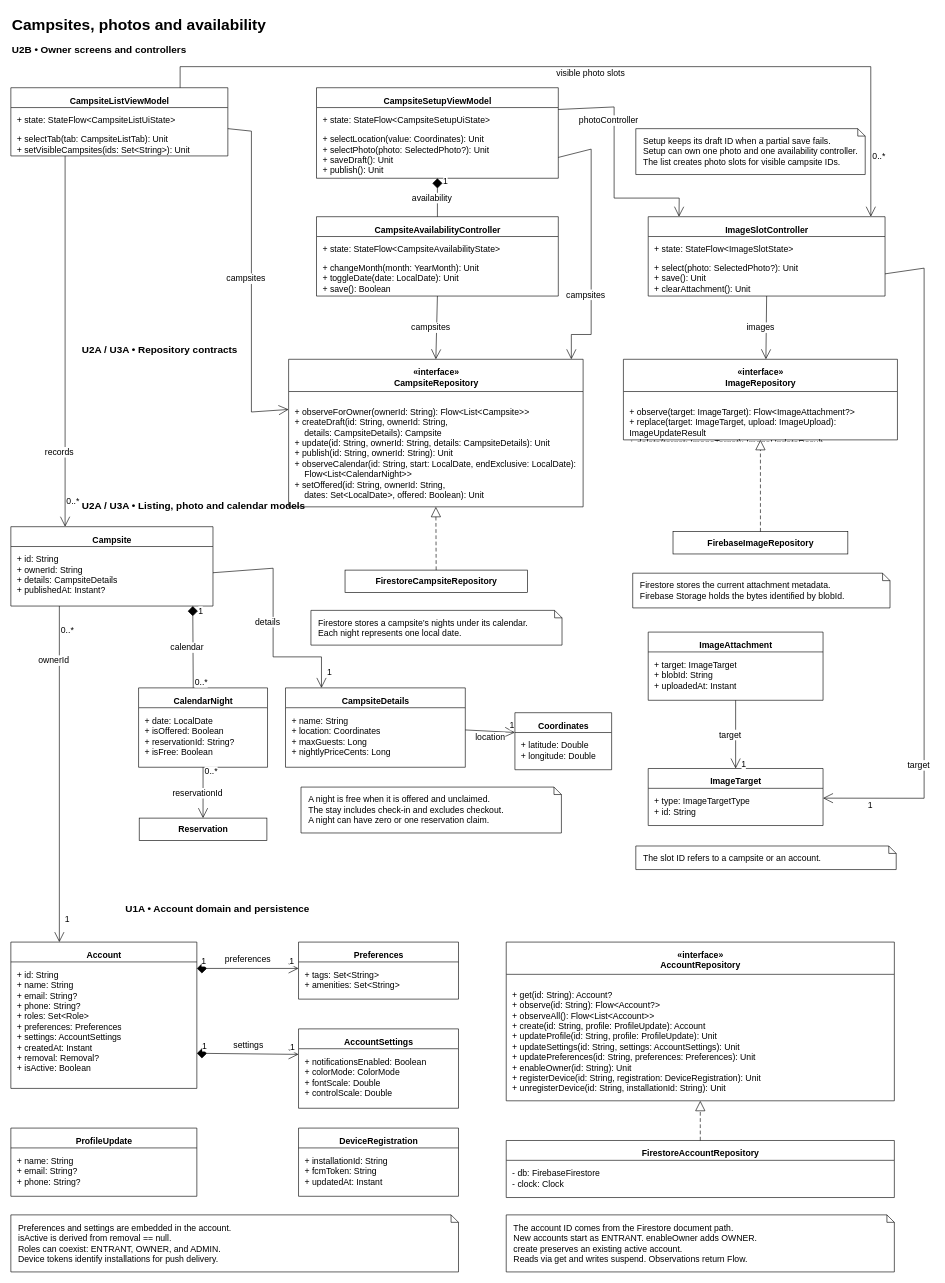
CMPUT301F26stderr/stderr-campsbridge keeps this draw.io diagram as page "Page-5" (5 of 5) of doc/UML.drawio. Above is the earlier version. Source tidied: cells renumbered, new cells numbered last; positions are measured from the earlier drawing's top-left corner, leaving out a move shared by most shapes. Both pictures are drawn from the tidied source at 62%, with x=0, y=0 at pixel (11, 11).
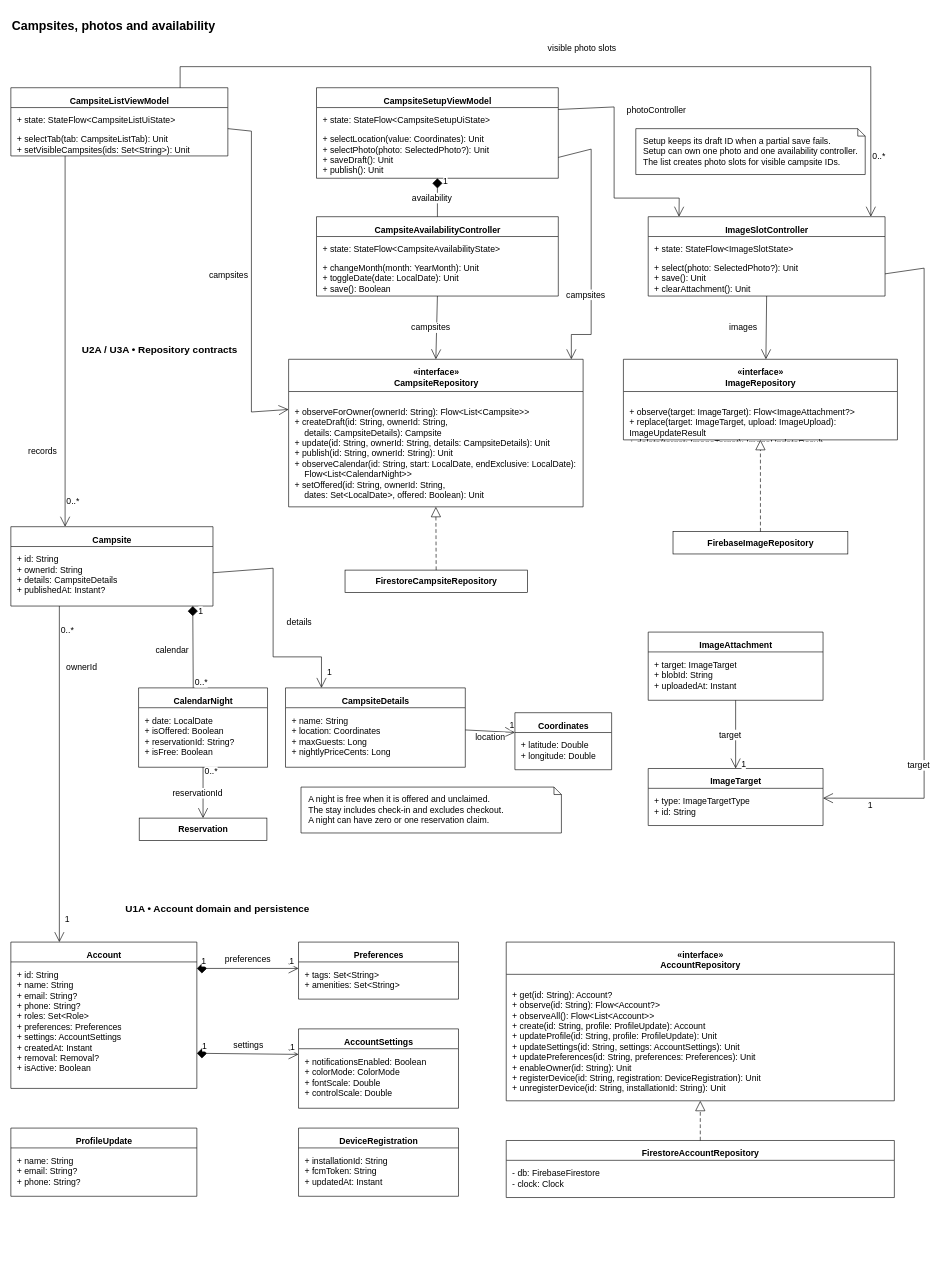
After the change.

The change refers to these unchanged cells:
```xml
<mxCell id="54" style="edgeStyle=none;rounded=0;html=1;strokeColor=#000000;strokeWidth=1;startSize=14;endSize=14;fontColor=#000000;fontFamily=Arial;fontSize=14;exitX=1;exitY=0.6;entryX=0;entryY=0.34;exitPerimeter=0;entryPerimeter=0;startArrow=none;endArrow=open;endFill=0;" parent="1" edge="1" source="4" target="22">
  <mxGeometry relative="1" as="geometry">
    <Array as="points">
      <mxPoint x="388" y="194" />
      <mxPoint x="388" y="647" />
    </Array>
  </mxGeometry>
</mxCell>
<mxCell id="60" style="edgeStyle=none;rounded=0;html=1;strokeColor=#000000;strokeWidth=1;startSize=14;endSize=14;fontColor=#000000;fontFamily=Arial;fontSize=14;exitX=0.78;exitY=0;entryX=0.94;entryY=0;exitPerimeter=0;entryPerimeter=0;startArrow=none;endArrow=open;endFill=0;" parent="1" edge="1" source="4" target="16">
  <mxGeometry relative="1" as="geometry">
    <Array as="points">
      <mxPoint x="273" y="90" />
      <mxPoint x="1387" y="90" />
    </Array>
  </mxGeometry>
</mxCell>
<mxCell id="63" style="edgeStyle=none;rounded=0;html=1;strokeColor=#000000;strokeWidth=1;startSize=14;endSize=14;fontColor=#000000;fontFamily=Arial;fontSize=14;exitX=1;exitY=0.24;entryX=0.13;entryY=0;exitPerimeter=0;entryPerimeter=0;startArrow=none;endArrow=open;endFill=0;" parent="1" edge="1" source="8" target="16">
  <mxGeometry relative="1" as="geometry">
    <Array as="points">
      <mxPoint x="973" y="155" />
      <mxPoint x="973" y="302" />
      <mxPoint x="1078" y="302" />
    </Array>
  </mxGeometry>
</mxCell>
<mxCell id="68" style="edgeStyle=none;rounded=0;html=1;strokeColor=#000000;strokeWidth=1;startSize=14;endSize=14;fontColor=#000000;fontFamily=Arial;fontSize=14;exitX=0.5;exitY=1;entryX=0.52;entryY=0;exitPerimeter=0;entryPerimeter=0;startArrow=none;endArrow=open;endFill=0;" parent="1" edge="1" source="16" target="25">
  <mxGeometry relative="1" as="geometry" />
</mxCell>
<mxCell id="72" style="edgeStyle=none;rounded=0;html=1;strokeColor=#000000;strokeWidth=1;startSize=14;endSize=14;fontColor=#000000;fontFamily=Arial;fontSize=14;exitX=0.25;exitY=1;entryX=0.2684;entryY=0;exitPerimeter=0;entryPerimeter=0;startArrow=none;endArrow=open;endFill=0;" parent="1" edge="1" source="4" target="33">
  <mxGeometry relative="1" as="geometry" />
</mxCell>
<mxCell id="75" style="edgeStyle=none;rounded=0;html=1;strokeColor=#000000;strokeWidth=1;startSize=14;endSize=14;fontColor=#000000;fontFamily=Arial;fontSize=14;exitX=0.24;exitY=1;entryX=0.2608;entryY=0;exitPerimeter=0;entryPerimeter=0;startArrow=none;endArrow=open;endFill=0;" parent="1" edge="1" source="33" target="99">
  <mxGeometry relative="1" as="geometry" />
</mxCell>
<mxCell id="79" style="edgeStyle=none;rounded=0;html=1;strokeColor=#000000;strokeWidth=1;startSize=14;endSize=14;fontColor=#000000;fontFamily=Arial;fontSize=14;exitX=1;exitY=0.58;entryX=0.2;entryY=0;exitPerimeter=0;entryPerimeter=0;startArrow=none;endArrow=open;endFill=0;" parent="1" edge="1" source="33" target="36">
  <mxGeometry relative="1" as="geometry">
    <Array as="points">
      <mxPoint x="423" y="899" />
      <mxPoint x="423" y="1042" />
      <mxPoint x="501" y="1042" />
    </Array>
  </mxGeometry>
</mxCell>
<mxCell id="82" style="edgeStyle=none;rounded=0;html=1;strokeColor=#000000;strokeWidth=1;startSize=14;endSize=14;fontColor=#000000;fontFamily=Arial;fontSize=14;exitX=0.9;exitY=1;entryX=0.424;entryY=0;exitPerimeter=0;entryPerimeter=0;startArrow=diamond;startFill=1;endArrow=none;" parent="1" edge="1" source="33" target="42">
  <mxGeometry relative="1" as="geometry" />
</mxCell>
```

The edit, as a diff of the source:
```diff
@@
-    <mxCell id="2" value="Campsites, photos and availability" style="text;html=1;strokeColor=none;fillColor=none;fontColor=#000000;fontFamily=Arial;fontSize=14;fontSize=25;fontStyle=1;align=left;" parent="1" vertex="1">
+    <mxCell id="2" value="&lt;font style=&quot;font-size: 20px;&quot;&gt;Campsites, photos and availability&lt;/font&gt;" style="text;html=1;strokeColor=none;fillColor=none;fontColor=#000000;fontFamily=Arial;fontSize=14;fontSize=25;fontStyle=1;align=left;" parent="1" vertex="1">
       <mxGeometry width="840" height="30" as="geometry" />
     </mxCell>
-    <mxCell id="3" value="U2B  •  Owner screens and controllers" style="text;html=1;strokeColor=none;fillColor=none;fontColor=#000000;fontFamily=Arial;fontSize=14;fontSize=16;fontStyle=1;align=left;" parent="1" vertex="1">
-      <mxGeometry y="46" width="840" height="30" as="geometry" />
-    </mxCell>
@@
-    <mxCell id="30" value="Firestore stores a campsite’s nights under its calendar.&lt;br&gt;Each night represents one local date." style="html=1;rounded=0;fillColor=#ffffff;strokeColor=#000000;strokeWidth=1;fontColor=#000000;fontFamily=Arial;fontSize=14;shape=note;size=12;align=left;verticalAlign=middle;spacingLeft=10;" parent="1" vertex="1">
-      <mxGeometry x="484" y="967" width="405" height="56" as="geometry" />
-    </mxCell>
-    <mxCell id="31" value="Firestore stores the current attachment metadata.&lt;br&gt;Firebase Storage holds the bytes identified by blobId." style="html=1;rounded=0;fillColor=#ffffff;strokeColor=#000000;strokeWidth=1;fontColor=#000000;fontFamily=Arial;fontSize=14;shape=note;size=12;align=left;verticalAlign=middle;spacingLeft=10;" parent="1" vertex="1">
-      <mxGeometry x="1003" y="907" width="415" height="56" as="geometry" />
-    </mxCell>
-    <mxCell id="32" value="U2A / U3A  •  Listing, photo and calendar models" style="text;html=1;strokeColor=none;fillColor=none;fontColor=#000000;fontFamily=Arial;fontSize=14;fontSize=16;fontStyle=1;align=left;" parent="1" vertex="1">
-      <mxGeometry x="113" y="782" width="840" height="30" as="geometry" />
-    </mxCell>
@@
-    <mxCell id="53" value="The slot ID refers to a campsite or an account." style="html=1;rounded=0;fillColor=#ffffff;strokeColor=#000000;strokeWidth=1;fontColor=#000000;fontFamily=Arial;fontSize=14;shape=note;size=12;align=left;verticalAlign=middle;spacingLeft=10;" parent="1" vertex="1">
-      <mxGeometry x="1008" y="1347" width="420" height="38" as="geometry" />
-    </mxCell>
@@
     <mxCell id="55" value="campsites" style="edgeLabel;html=1;align=center;verticalAlign=middle;labelBackgroundColor=#ffffff;fontColor=#000000;fontFamily=Arial;fontSize=14;" parent="54" vertex="1">
-      <mxGeometry y="-10" relative="1" as="geometry" />
+      <mxGeometry y="-10" relative="1" as="geometry">
+        <mxPoint x="-28" y="-5" as="offset" />
+      </mxGeometry>
     </mxCell>
@@
     <mxCell id="61" value="visible photo slots" style="edgeLabel;html=1;align=center;verticalAlign=middle;labelBackgroundColor=#ffffff;fontColor=#000000;fontFamily=Arial;fontSize=14;" parent="60" vertex="1">
-      <mxGeometry y="-10" relative="1" as="geometry" />
+      <mxGeometry y="-10" relative="1" as="geometry">
+        <mxPoint x="-14" y="-40" as="offset" />
+      </mxGeometry>
     </mxCell>
@@
     <mxCell id="64" value="photoController" style="edgeLabel;html=1;align=center;verticalAlign=middle;labelBackgroundColor=#ffffff;fontColor=#000000;fontFamily=Arial;fontSize=14;" parent="63" vertex="1">
-      <mxGeometry x="-0.4" y="-10" relative="1" as="geometry" />
+      <mxGeometry x="-0.4" y="-10" relative="1" as="geometry">
+        <mxPoint x="77" y="-17" as="offset" />
+      </mxGeometry>
     </mxCell>
@@
     <mxCell id="69" value="images" style="edgeLabel;html=1;align=center;verticalAlign=middle;labelBackgroundColor=#ffffff;fontColor=#000000;fontFamily=Arial;fontSize=14;" parent="68" vertex="1">
-      <mxGeometry y="-10" relative="1" as="geometry" />
+      <mxGeometry y="-10" relative="1" as="geometry">
+        <mxPoint x="-28" as="offset" />
+      </mxGeometry>
     </mxCell>
@@
     <mxCell id="73" value="records" style="edgeLabel;html=1;align=center;verticalAlign=middle;labelBackgroundColor=#ffffff;fontColor=#000000;fontFamily=Arial;fontSize=14;" parent="72" vertex="1">
-      <mxGeometry x="0.6" y="-10" relative="1" as="geometry" />
+      <mxGeometry x="0.6" y="-10" relative="1" as="geometry">
+        <mxPoint x="-27" y="-2" as="offset" />
+      </mxGeometry>
     </mxCell>
@@
     <mxCell id="76" value="ownerId" style="edgeLabel;html=1;align=center;verticalAlign=middle;labelBackgroundColor=#ffffff;fontColor=#000000;fontFamily=Arial;fontSize=14;" parent="75" vertex="1">
-      <mxGeometry x="-0.68" y="-10" relative="1" as="geometry" />
+      <mxGeometry x="-0.68" y="-10" relative="1" as="geometry">
+        <mxPoint x="45" y="10" as="offset" />
+      </mxGeometry>
     </mxCell>
@@
     <mxCell id="80" value="details" style="edgeLabel;html=1;align=center;verticalAlign=middle;labelBackgroundColor=#ffffff;fontColor=#000000;fontFamily=Arial;fontSize=14;" parent="79" vertex="1">
-      <mxGeometry y="-10" relative="1" as="geometry" />
+      <mxGeometry y="-10" relative="1" as="geometry">
+        <mxPoint x="51" as="offset" />
+      </mxGeometry>
     </mxCell>
@@
     <mxCell id="83" value="calendar" style="edgeLabel;html=1;align=center;verticalAlign=middle;labelBackgroundColor=#ffffff;fontColor=#000000;fontFamily=Arial;fontSize=14;" parent="82" vertex="1">
-      <mxGeometry y="-10" relative="1" as="geometry" />
+      <mxGeometry y="-10" relative="1" as="geometry">
+        <mxPoint x="-24" y="4" as="offset" />
+      </mxGeometry>
     </mxCell>
@@
-    <mxCell id="129" value="Preferences and settings are embedded in the account.&lt;br&gt;isActive is derived from removal == null.&lt;br&gt;Roles can coexist: ENTRANT, OWNER, and ADMIN.&lt;br&gt;Device tokens identify installations for push delivery." style="html=1;rounded=0;fillColor=#ffffff;strokeColor=#000000;strokeWidth=1;fontColor=#000000;fontFamily=Arial;fontSize=14;shape=note;size=12;align=left;verticalAlign=middle;spacingLeft=10;" parent="1" vertex="1">
-      <mxGeometry y="1942" width="722" height="92" as="geometry" />
-    </mxCell>
-    <mxCell id="130" value="The account ID comes from the Firestore document path.&lt;br&gt;New accounts start as ENTRANT. enableOwner adds OWNER.&lt;br&gt;create preserves an existing active account.&lt;br&gt;Reads via get and writes suspend. Observations return Flow." style="html=1;rounded=0;fillColor=#ffffff;strokeColor=#000000;strokeWidth=1;fontColor=#000000;fontFamily=Arial;fontSize=14;shape=note;size=12;align=left;verticalAlign=middle;spacingLeft=10;" parent="1" vertex="1">
-      <mxGeometry x="799" y="1942" width="626" height="92" as="geometry" />
-    </mxCell>
```
